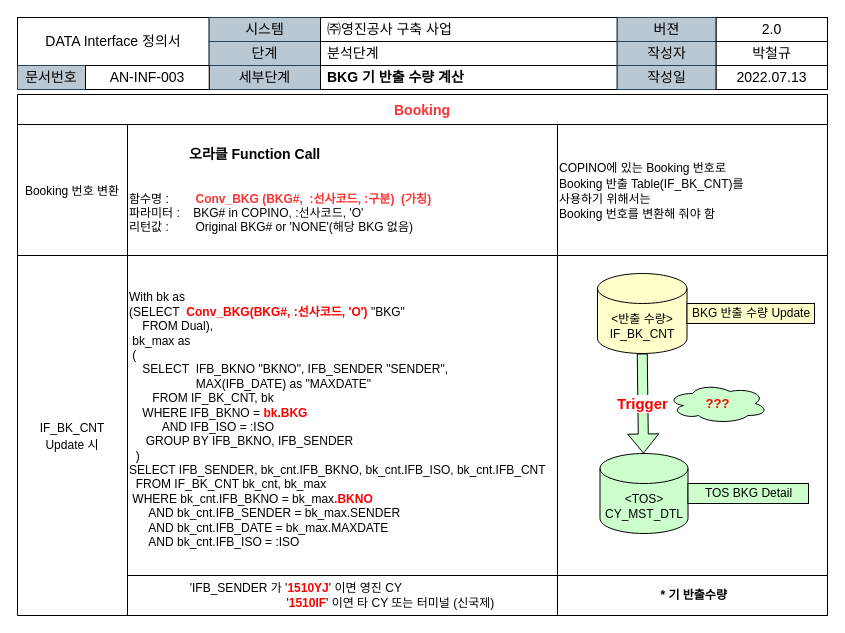
Before: page "BKG 기 반출 수량 계산" (3 of 9) of 산출물/프로세스 명세서 (Data Interface).drawio in yabadadu/-, a draw.io diagram. Source tidied: cells renumbered, new cells numbered last; positions are measured from the earlier drawing's top-left corner, leaving out a move shared by most shapes. Both pictures are drawn from the tidied source at 100%, with x=0, y=0 at pixel (17, 17).
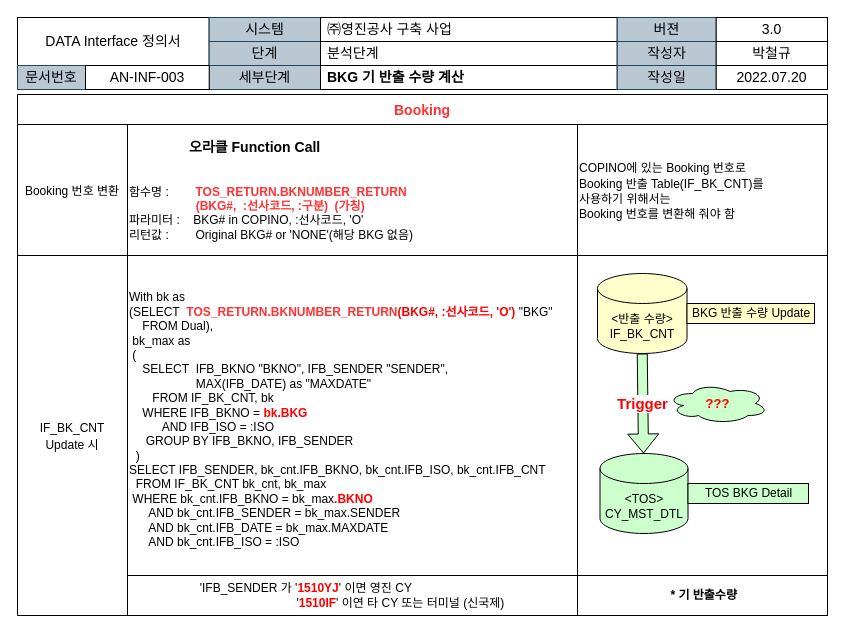
After the change.

The change refers to these unchanged cells:
```xml
<mxCell id="16" style="group;" parent="2" vertex="1">
  <mxGeometry x="698.7" width="111.3" height="72" as="geometry" />
</mxCell>
<mxCell id="24" style="shape=tableRow;horizontal=0;startSize=0;swimlaneHead=0;swimlaneBody=0;top=0;left=0;bottom=0;right=0;fillColor=none;fontSize=14;fontColor=#FF3333;" parent="23" vertex="1">
  <mxGeometry y="30" width="810" height="131" as="geometry" />
</mxCell>
<mxCell id="28" style="shape=tableRow;horizontal=0;startSize=0;swimlaneHead=0;swimlaneBody=0;top=0;left=0;bottom=0;right=0;fillColor=none;fontSize=14;fontColor=#FF3333;" parent="23" vertex="1">
  <mxGeometry y="161" width="810" height="360" as="geometry" />
</mxCell>
```

Change to the diagram source:
```diff
@@
-    <mxCell id="17" value="2.0" style="rounded=0;whiteSpace=wrap;html=1;fontSize=14;" parent="16" vertex="1">
+    <mxCell id="17" value="3.0" style="rounded=0;whiteSpace=wrap;html=1;fontSize=14;" parent="16" vertex="1">
       <mxGeometry width="111.3" height="24" as="geometry" />
     </mxCell>
@@
-    <mxCell id="20" value="2022.07.13" style="rounded=0;whiteSpace=wrap;html=1;fontSize=14;" parent="16" vertex="1">
+    <mxCell id="20" value="2022.07.20" style="rounded=0;whiteSpace=wrap;html=1;fontSize=14;" parent="16" vertex="1">
       <mxGeometry y="48" width="111.3" height="24" as="geometry" />
     </mxCell>
@@
-    <mxCell id="26" value="&lt;div style=&quot;&quot;&gt;&lt;div style=&quot;font-size: 12px;&quot;&gt;&lt;div&gt;&lt;font color=&quot;#000000&quot;&gt;&amp;nbsp; &amp;nbsp; &amp;nbsp; &amp;nbsp; &amp;nbsp; &amp;nbsp; &amp;nbsp; &amp;nbsp; &amp;nbsp;&amp;nbsp;&lt;/font&gt;&lt;font style=&quot;color: rgb(0, 0, 0); font-size: 14px;&quot;&gt;&lt;b&gt;오라클 Function Call&lt;/b&gt;&lt;/font&gt;&lt;/div&gt;&lt;div style=&quot;color: rgb(0, 0, 0);&quot;&gt;&lt;b&gt;&lt;br&gt;&lt;/b&gt;&lt;/div&gt;&lt;div style=&quot;color: rgb(0, 0, 0);&quot;&gt;&lt;div style=&quot;color: rgb(255, 51, 51);&quot;&gt;&lt;font color=&quot;#000000&quot;&gt;&amp;nbsp;&lt;/font&gt;&lt;br&gt;&lt;font color=&quot;#000000&quot;&gt;함수명 :&amp;nbsp; &amp;nbsp; &amp;nbsp; &amp;nbsp;&amp;nbsp;&lt;/font&gt;&lt;b&gt;Conv_BKG (BKG#,&amp;nbsp; :선사코드, :구분)&amp;nbsp;&lt;/b&gt;&lt;b&gt;&amp;nbsp;(가칭)&lt;/b&gt;&lt;br&gt;&lt;font color=&quot;#000000&quot;&gt;파라미터 :&amp;nbsp; &amp;nbsp; BKG# in COPINO, :선사코드, 'O'&lt;/font&gt;&lt;br&gt;&lt;font color=&quot;#000000&quot;&gt;리턴값 :&amp;nbsp; &amp;nbsp; &amp;nbsp; &amp;nbsp; Original BKG# or 'NONE'(해당 BKG 없음)&lt;/font&gt;&lt;/div&gt;&lt;/div&gt;&lt;/div&gt;&lt;/div&gt;" style="shape=partialRectangle;html=1;whiteSpace=wrap;fillColor=none;top=0;left=0;bottom=0;right=0;overflow=hidden;fontSize=14;fontColor=#FF3333;align=left;" parent="24" vertex="1">
-      <mxGeometry x="110" width="430" height="131" as="geometry" />
+    <mxCell id="26" value="&lt;div style=&quot;&quot;&gt;&lt;div style=&quot;font-size: 12px;&quot;&gt;&lt;div&gt;&lt;font color=&quot;#000000&quot;&gt;&amp;nbsp; &amp;nbsp; &amp;nbsp; &amp;nbsp; &amp;nbsp; &amp;nbsp; &amp;nbsp; &amp;nbsp; &amp;nbsp;&amp;nbsp;&lt;/font&gt;&lt;font style=&quot;color: rgb(0, 0, 0); font-size: 14px;&quot;&gt;&lt;b&gt;오라클 Function Call&lt;/b&gt;&lt;/font&gt;&lt;/div&gt;&lt;div style=&quot;color: rgb(0, 0, 0);&quot;&gt;&lt;b&gt;&lt;br&gt;&lt;/b&gt;&lt;/div&gt;&lt;div style=&quot;color: rgb(0, 0, 0);&quot;&gt;&lt;div style=&quot;color: rgb(255, 51, 51);&quot;&gt;&lt;font color=&quot;#000000&quot;&gt;&amp;nbsp;&lt;/font&gt;&lt;br&gt;&lt;font color=&quot;#000000&quot;&gt;함수명 :&amp;nbsp; &amp;nbsp; &amp;nbsp; &amp;nbsp;&amp;nbsp;&lt;/font&gt;&lt;b&gt;TOS_RETURN.BKNUMBER_RETURN&lt;/b&gt;&lt;/div&gt;&lt;div style=&quot;color: rgb(255, 51, 51);&quot;&gt;&lt;b&gt;&amp;nbsp; &amp;nbsp; &amp;nbsp; &amp;nbsp; &amp;nbsp; &amp;nbsp; &amp;nbsp; &amp;nbsp; &amp;nbsp; &amp;nbsp; (BKG#,&amp;nbsp; :선사코드, :구분)&amp;nbsp;&lt;/b&gt;&lt;b&gt;&amp;nbsp;(가칭)&lt;/b&gt;&lt;br&gt;&lt;font color=&quot;#000000&quot;&gt;파라미터 :&amp;nbsp; &amp;nbsp; BKG# in COPINO, :선사코드, 'O'&lt;/font&gt;&lt;br&gt;&lt;font color=&quot;#000000&quot;&gt;리턴값 :&amp;nbsp; &amp;nbsp; &amp;nbsp; &amp;nbsp; Original BKG# or 'NONE'(해당 BKG 없음)&lt;/font&gt;&lt;/div&gt;&lt;/div&gt;&lt;/div&gt;&lt;/div&gt;" style="shape=partialRectangle;html=1;whiteSpace=wrap;fillColor=none;top=0;left=0;bottom=0;right=0;overflow=hidden;fontSize=14;fontColor=#FF3333;align=left;" parent="24" vertex="1">
+      <mxGeometry x="110" width="450" height="131" as="geometry" />
     </mxCell>
     <mxCell id="27" value="&lt;font style=&quot;font-size: 12px;&quot;&gt;&lt;span style=&quot;color: rgb(0, 0, 0);&quot;&gt;COPINO에 있는 Booking 번호로&lt;br&gt;&lt;/span&gt;&lt;font style=&quot;font-size: 12px;&quot; color=&quot;#000000&quot;&gt;Booking 반출 Table(IF_BK_CNT)를&lt;br&gt;사용하기 위해서는&lt;br&gt;&lt;div&gt;&lt;span style=&quot;background-color: initial;&quot;&gt;Booking 번호를 변환해 줘야 함&lt;/span&gt;&lt;/div&gt;&lt;/font&gt;&lt;/font&gt;" style="shape=partialRectangle;html=1;whiteSpace=wrap;fillColor=none;top=0;left=0;bottom=0;right=0;overflow=hidden;fontSize=13;fontColor=#FF3333;align=left;" parent="24" vertex="1">
-      <mxGeometry x="540" width="270" height="131" as="geometry" />
+      <mxGeometry x="560" width="250" height="131" as="geometry" />
     </mxCell>
@@
-    <mxCell id="30" value="&lt;div style=&quot;color: rgb(0, 0, 0); font-size: 12px;&quot;&gt;&lt;font color=&quot;#000000&quot;&gt;With bk as&lt;br&gt;(SELECT&amp;nbsp;&lt;/font&gt;&lt;span style=&quot;color: rgb(255, 51, 51);&quot;&gt;&amp;nbsp;&lt;/span&gt;&lt;span style=&quot;color: rgb(255, 0, 0); font-weight: 700;&quot;&gt;Conv_BKG(BKG#, :선사코드, 'O')&lt;/span&gt;&lt;font color=&quot;#000000&quot;&gt;&amp;nbsp;&quot;BKG&quot;&lt;br&gt;&amp;nbsp; &amp;nbsp; FROM Dual),&lt;/font&gt;&lt;span style=&quot;background-color: initial;&quot;&gt;&lt;br&gt;&lt;/span&gt;&lt;/div&gt;&lt;div style=&quot;color: rgb(0, 0, 0); font-size: 12px;&quot;&gt;&amp;nbsp;bk_max as&lt;/div&gt;&lt;div style=&quot;color: rgb(0, 0, 0); font-size: 12px;&quot;&gt;&amp;nbsp;(&lt;/div&gt;&lt;div style=&quot;color: rgb(0, 0, 0); font-size: 12px;&quot;&gt;&amp;nbsp; &amp;nbsp;&amp;nbsp;&lt;span style=&quot;background-color: initial;&quot;&gt;SELECT&amp;nbsp; IFB_BKNO &quot;BKNO&quot;, IFB_SENDER &quot;SENDER&quot;,&amp;nbsp;&lt;/span&gt;&lt;/div&gt;&lt;div style=&quot;color: rgb(0, 0, 0); font-size: 12px;&quot;&gt;&lt;span style=&quot;background-color: initial;&quot;&gt;&amp;nbsp; &amp;nbsp; &amp;nbsp; &amp;nbsp; &amp;nbsp; &amp;nbsp; &amp;nbsp; &amp;nbsp; &amp;nbsp; &amp;nbsp; MAX(IFB_DATE) as &quot;MAXDATE&quot;&amp;nbsp;&lt;/span&gt;&lt;/div&gt;&lt;div style=&quot;color: rgb(0, 0, 0); font-size: 12px;&quot;&gt;&lt;span style=&quot;background-color: initial;&quot;&gt;&amp;nbsp; &amp;nbsp; &amp;nbsp; &amp;nbsp;FROM IF_BK_CNT, bk&lt;/span&gt;&lt;/div&gt;&lt;div style=&quot;font-size: 12px;&quot;&gt;&lt;font color=&quot;#000000&quot;&gt;&amp;nbsp; &amp;nbsp; WHERE&amp;nbsp;&lt;/font&gt;&lt;span style=&quot;background-color: initial;&quot;&gt;&lt;font color=&quot;#000000&quot;&gt;IFB_BKNO =&amp;nbsp;&lt;/font&gt;&lt;b&gt;&lt;font color=&quot;#ff0000&quot;&gt;bk.BKG&lt;/font&gt;&lt;/b&gt;&lt;/span&gt;&lt;/div&gt;&lt;div style=&quot;font-size: 12px;&quot;&gt;&lt;span style=&quot;background-color: initial;&quot;&gt;&lt;font color=&quot;#000000&quot;&gt;&amp;nbsp; &amp;nbsp; &amp;nbsp; &amp;nbsp; &amp;nbsp; AND IFB_ISO = :ISO&lt;/font&gt;&lt;/span&gt;&lt;/div&gt;&lt;div style=&quot;font-size: 12px;&quot;&gt;&lt;span style=&quot;background-color: initial;&quot;&gt;&lt;font color=&quot;#000000&quot;&gt;&amp;nbsp; &amp;nbsp; &amp;nbsp;GROUP BY IFB_BKNO, IFB_SENDER&lt;/font&gt;&lt;/span&gt;&lt;/div&gt;&lt;div style=&quot;color: rgb(0, 0, 0); font-size: 12px;&quot;&gt;&amp;nbsp; )&lt;/div&gt;&lt;div style=&quot;color: rgb(0, 0, 0); font-size: 12px;&quot;&gt;&lt;span style=&quot;background-color: initial;&quot;&gt;SELECT IFB_SENDER, bk_cnt.IFB_BKNO, bk_cnt.IFB_ISO, bk_cnt.&lt;/span&gt;&lt;span style=&quot;background-color: initial;&quot;&gt;IFB_CNT&amp;nbsp;&lt;/span&gt;&lt;/div&gt;&lt;div style=&quot;color: rgb(0, 0, 0); font-size: 12px;&quot;&gt;&lt;span style=&quot;background-color: initial;&quot;&gt;&amp;nbsp; FROM IF_BK_CNT bk_cnt, bk_max&lt;/span&gt;&lt;br&gt;&lt;/div&gt;&lt;div style=&quot;font-size: 12px;&quot;&gt;&lt;font color=&quot;#000000&quot;&gt;&amp;nbsp;WHERE bk_cnt.&lt;/font&gt;&lt;span style=&quot;background-color: initial;&quot;&gt;&lt;font color=&quot;#000000&quot;&gt;IFB_BKNO = bk_max&lt;/font&gt;&lt;b style=&quot;&quot;&gt;&lt;font color=&quot;#ff0000&quot;&gt;.BKNO&lt;/font&gt;&lt;/b&gt;&lt;/span&gt;&lt;/div&gt;&lt;div style=&quot;font-size: 12px;&quot;&gt;&lt;span style=&quot;background-color: initial;&quot;&gt;&lt;font color=&quot;#000000&quot;&gt;&amp;nbsp; &amp;nbsp; &amp;nbsp; AND bk_cnt.IFB_SENDER = bk_max.SENDER&lt;/font&gt;&lt;/span&gt;&lt;/div&gt;&lt;div style=&quot;font-size: 12px;&quot;&gt;&lt;span style=&quot;background-color: initial;&quot;&gt;&lt;font color=&quot;#000000&quot;&gt;&amp;nbsp; &amp;nbsp; &amp;nbsp; AND bk_cnt.IFB_DATE = bk_max.MAXDATE&lt;/font&gt;&lt;/span&gt;&lt;/div&gt;&lt;div style=&quot;font-size: 12px;&quot;&gt;&lt;span style=&quot;background-color: initial;&quot;&gt;&lt;font color=&quot;#000000&quot;&gt;&amp;nbsp; &amp;nbsp; &amp;nbsp; AND bk_cnt.IFB_ISO = :ISO&lt;/font&gt;&lt;/span&gt;&lt;/div&gt;&lt;div style=&quot;font-size: 12px;&quot;&gt;&lt;span style=&quot;background-color: initial;&quot;&gt;&lt;font color=&quot;#000000&quot;&gt;&lt;br&gt;&lt;/font&gt;&lt;/span&gt;&lt;/div&gt;&lt;div style=&quot;font-size: 12px;&quot;&gt;&lt;/div&gt;&lt;font color=&quot;#000000&quot;&gt;&lt;span style=&quot;font-size: 12px;&quot;&gt;&lt;br&gt;&lt;/span&gt;&lt;/font&gt;" style="shape=partialRectangle;html=1;whiteSpace=wrap;fillColor=none;top=0;left=0;bottom=0;right=0;overflow=hidden;fontSize=14;fontColor=#FF3333;align=left;" parent="28" vertex="1">
-      <mxGeometry x="110" width="430" height="360" as="geometry" />
+    <mxCell id="30" value="&lt;div style=&quot;color: rgb(0, 0, 0); font-size: 12px;&quot;&gt;&lt;font color=&quot;#000000&quot;&gt;With bk as&lt;br&gt;(SELECT&amp;nbsp;&lt;/font&gt;&lt;span style=&quot;color: rgb(255, 51, 51);&quot;&gt;&amp;nbsp;&lt;/span&gt;&lt;b style=&quot;color: rgb(255, 51, 51);&quot;&gt;TOS_RETURN.BKNUMBER_RETURN&lt;/b&gt;&lt;span style=&quot;color: rgb(255, 0, 0); font-weight: 700;&quot;&gt;(BKG#, :선사코드, 'O')&lt;/span&gt;&lt;font color=&quot;#000000&quot;&gt;&amp;nbsp;&quot;BKG&quot;&lt;br&gt;&amp;nbsp; &amp;nbsp; FROM Dual),&lt;/font&gt;&lt;span style=&quot;background-color: initial;&quot;&gt;&lt;br&gt;&lt;/span&gt;&lt;/div&gt;&lt;div style=&quot;color: rgb(0, 0, 0); font-size: 12px;&quot;&gt;&amp;nbsp;bk_max as&lt;/div&gt;&lt;div style=&quot;color: rgb(0, 0, 0); font-size: 12px;&quot;&gt;&amp;nbsp;(&lt;/div&gt;&lt;div style=&quot;color: rgb(0, 0, 0); font-size: 12px;&quot;&gt;&amp;nbsp; &amp;nbsp;&amp;nbsp;&lt;span style=&quot;background-color: initial;&quot;&gt;SELECT&amp;nbsp; IFB_BKNO &quot;BKNO&quot;, IFB_SENDER &quot;SENDER&quot;,&amp;nbsp;&lt;/span&gt;&lt;/div&gt;&lt;div style=&quot;color: rgb(0, 0, 0); font-size: 12px;&quot;&gt;&lt;span style=&quot;background-color: initial;&quot;&gt;&amp;nbsp; &amp;nbsp; &amp;nbsp; &amp;nbsp; &amp;nbsp; &amp;nbsp; &amp;nbsp; &amp;nbsp; &amp;nbsp; &amp;nbsp; MAX(IFB_DATE) as &quot;MAXDATE&quot;&amp;nbsp;&lt;/span&gt;&lt;/div&gt;&lt;div style=&quot;color: rgb(0, 0, 0); font-size: 12px;&quot;&gt;&lt;span style=&quot;background-color: initial;&quot;&gt;&amp;nbsp; &amp;nbsp; &amp;nbsp; &amp;nbsp;FROM IF_BK_CNT, bk&lt;/span&gt;&lt;/div&gt;&lt;div style=&quot;font-size: 12px;&quot;&gt;&lt;font color=&quot;#000000&quot;&gt;&amp;nbsp; &amp;nbsp; WHERE&amp;nbsp;&lt;/font&gt;&lt;span style=&quot;background-color: initial;&quot;&gt;&lt;font color=&quot;#000000&quot;&gt;IFB_BKNO =&amp;nbsp;&lt;/font&gt;&lt;b&gt;&lt;font color=&quot;#ff0000&quot;&gt;bk.BKG&lt;/font&gt;&lt;/b&gt;&lt;/span&gt;&lt;/div&gt;&lt;div style=&quot;font-size: 12px;&quot;&gt;&lt;span style=&quot;background-color: initial;&quot;&gt;&lt;font color=&quot;#000000&quot;&gt;&amp;nbsp; &amp;nbsp; &amp;nbsp; &amp;nbsp; &amp;nbsp; AND IFB_ISO = :ISO&lt;/font&gt;&lt;/span&gt;&lt;/div&gt;&lt;div style=&quot;font-size: 12px;&quot;&gt;&lt;span style=&quot;background-color: initial;&quot;&gt;&lt;font color=&quot;#000000&quot;&gt;&amp;nbsp; &amp;nbsp; &amp;nbsp;GROUP BY IFB_BKNO, IFB_SENDER&lt;/font&gt;&lt;/span&gt;&lt;/div&gt;&lt;div style=&quot;color: rgb(0, 0, 0); font-size: 12px;&quot;&gt;&amp;nbsp; )&lt;/div&gt;&lt;div style=&quot;color: rgb(0, 0, 0); font-size: 12px;&quot;&gt;&lt;span style=&quot;background-color: initial;&quot;&gt;SELECT IFB_SENDER, bk_cnt.IFB_BKNO, bk_cnt.IFB_ISO, bk_cnt.&lt;/span&gt;&lt;span style=&quot;background-color: initial;&quot;&gt;IFB_CNT&amp;nbsp;&lt;/span&gt;&lt;/div&gt;&lt;div style=&quot;color: rgb(0, 0, 0); font-size: 12px;&quot;&gt;&lt;span style=&quot;background-color: initial;&quot;&gt;&amp;nbsp; FROM IF_BK_CNT bk_cnt, bk_max&lt;/span&gt;&lt;br&gt;&lt;/div&gt;&lt;div style=&quot;font-size: 12px;&quot;&gt;&lt;font color=&quot;#000000&quot;&gt;&amp;nbsp;WHERE bk_cnt.&lt;/font&gt;&lt;span style=&quot;background-color: initial;&quot;&gt;&lt;font color=&quot;#000000&quot;&gt;IFB_BKNO = bk_max&lt;/font&gt;&lt;b style=&quot;&quot;&gt;&lt;font color=&quot;#ff0000&quot;&gt;.BKNO&lt;/font&gt;&lt;/b&gt;&lt;/span&gt;&lt;/div&gt;&lt;div style=&quot;font-size: 12px;&quot;&gt;&lt;span style=&quot;background-color: initial;&quot;&gt;&lt;font color=&quot;#000000&quot;&gt;&amp;nbsp; &amp;nbsp; &amp;nbsp; AND bk_cnt.IFB_SENDER = bk_max.SENDER&lt;/font&gt;&lt;/span&gt;&lt;/div&gt;&lt;div style=&quot;font-size: 12px;&quot;&gt;&lt;span style=&quot;background-color: initial;&quot;&gt;&lt;font color=&quot;#000000&quot;&gt;&amp;nbsp; &amp;nbsp; &amp;nbsp; AND bk_cnt.IFB_DATE = bk_max.MAXDATE&lt;/font&gt;&lt;/span&gt;&lt;/div&gt;&lt;div style=&quot;font-size: 12px;&quot;&gt;&lt;span style=&quot;background-color: initial;&quot;&gt;&lt;font color=&quot;#000000&quot;&gt;&amp;nbsp; &amp;nbsp; &amp;nbsp; AND bk_cnt.IFB_ISO = :ISO&lt;/font&gt;&lt;/span&gt;&lt;/div&gt;&lt;div style=&quot;font-size: 12px;&quot;&gt;&lt;span style=&quot;background-color: initial;&quot;&gt;&lt;font color=&quot;#000000&quot;&gt;&lt;br&gt;&lt;/font&gt;&lt;/span&gt;&lt;/div&gt;&lt;div style=&quot;font-size: 12px;&quot;&gt;&lt;/div&gt;&lt;font color=&quot;#000000&quot;&gt;&lt;span style=&quot;font-size: 12px;&quot;&gt;&lt;br&gt;&lt;/span&gt;&lt;/font&gt;" style="shape=partialRectangle;html=1;whiteSpace=wrap;fillColor=none;top=0;left=0;bottom=0;right=0;overflow=hidden;fontSize=14;fontColor=#FF3333;align=left;" parent="28" vertex="1">
+      <mxGeometry x="110" width="450" height="360" as="geometry" />
     </mxCell>
     <mxCell id="31" style="shape=partialRectangle;html=1;whiteSpace=wrap;fillColor=none;top=0;left=0;bottom=0;right=0;overflow=hidden;fontSize=14;fontColor=#FF3333;align=left;" parent="28" vertex="1">
-      <mxGeometry x="540" width="270" height="360" as="geometry" />
+      <mxGeometry x="560" width="250" height="360" as="geometry" />
     </mxCell>
@@
     <mxCell id="36" value="&lt;div style=&quot;text-align: left;&quot;&gt;&lt;span style=&quot;background-color: initial;&quot;&gt;'IFB_SENDER 가 '&lt;b&gt;&lt;font color=&quot;#ff0000&quot;&gt;1510YJ&lt;/font&gt;&lt;/b&gt;' 이면 영진 CY&lt;/span&gt;&lt;/div&gt;&lt;div style=&quot;text-align: left;&quot;&gt;&lt;span style=&quot;background-color: initial;&quot;&gt;&amp;nbsp; &amp;nbsp; &amp;nbsp; &amp;nbsp; &amp;nbsp; &amp;nbsp; &amp;nbsp; &amp;nbsp; &amp;nbsp; &amp;nbsp; &amp;nbsp; &amp;nbsp; &amp;nbsp; &amp;nbsp; &amp;nbsp;'&lt;font color=&quot;#ff0000&quot;&gt;&lt;b&gt;1510IF&lt;/b&gt;&lt;/font&gt;' 이연 타 CY 또는 터미널 (신국제)&lt;/span&gt;&lt;/div&gt;" style="rounded=0;whiteSpace=wrap;html=1;fontSize=12;fontColor=#000000;fillColor=#FFFFFF;" parent="1" vertex="1">
-      <mxGeometry x="110" y="558" width="430" height="40" as="geometry" />
+      <mxGeometry x="110" y="558" width="450" height="40" as="geometry" />
     </mxCell>
@@
     <mxCell id="38" value="&lt;b style=&quot;text-align: left;&quot;&gt;&amp;nbsp;* &lt;span style=&quot;background-color: initial;&quot;&gt;기 반출수량&lt;/span&gt;&lt;/b&gt;" style="rounded=0;whiteSpace=wrap;html=1;fontSize=12;fontColor=#000000;fillColor=#FFFFFF;" parent="1" vertex="1">
-      <mxGeometry x="540" y="558" width="270" height="40" as="geometry" />
+      <mxGeometry x="560" y="558" width="250" height="40" as="geometry" />
     </mxCell>
```
